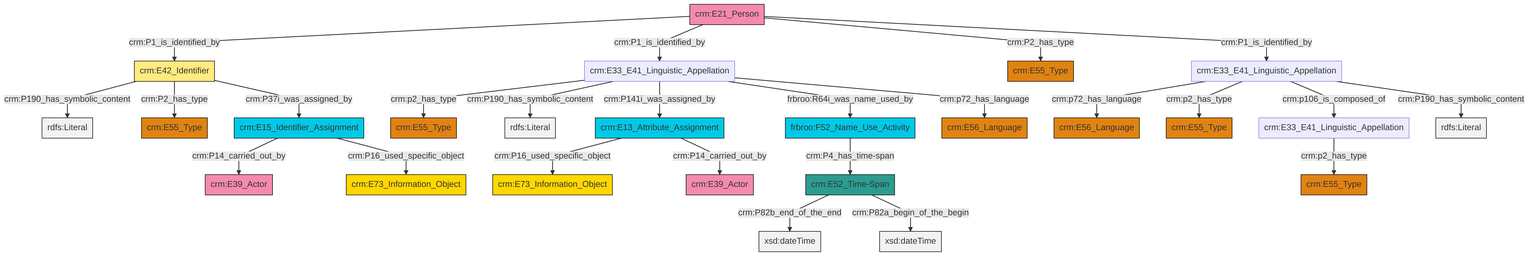
ncarboni/srdm keeps this Mermaid diagram as et/personCSV/ttl/mmd/png/Person_Names_and_Classification.png. Above is the earlier version. Its source is kept beside it as et/personCSV/ttl/mmd/Person_Names_and_Classification.ttl.mmd.
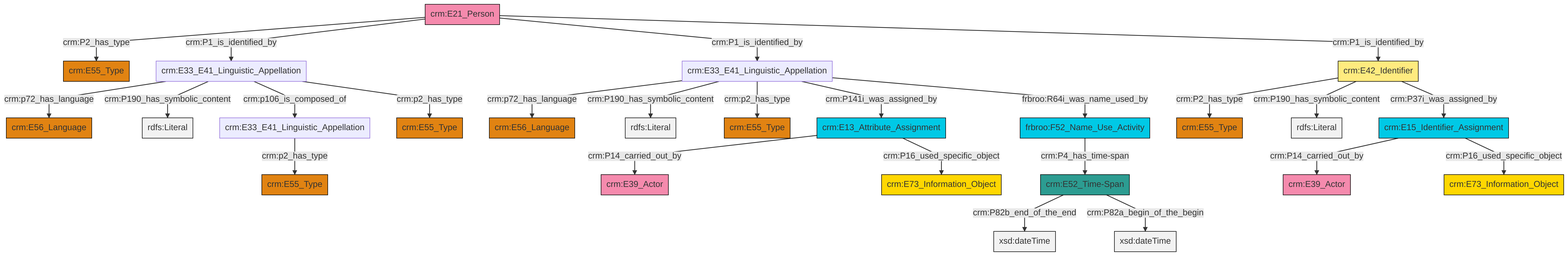
After the change.

The edit, as a diff of the source:
```diff
@@ -13,27 +13,27 @@
 classDef PC_Classes fill:#4ce600, stroke:#000000;
 classDef Multi fill:#cccccc,stroke:#000000;
 
-0["crm:E42_Identifier"]:::Appellation -->|crm:P190_has_symbolic_content| 1[rdfs:Literal]:::Literal
-2["crm:E33_E41_Linguistic_Appellation"]:::Default -->|crm:p2_has_type| 6["crm:E55_Type"]:::Type
-4["crm:E33_E41_Linguistic_Appellation"]:::Default -->|crm:p72_has_language| 9["crm:E56_Language"]:::Type
-15["crm:E52_Time-Span"]:::Time-Span -->|crm:P82b_end_of_the_end| 17[xsd:dateTime]:::Literal
-2["crm:E33_E41_Linguistic_Appellation"]:::Default -->|crm:P190_has_symbolic_content| 18[rdfs:Literal]:::Literal
-19["crm:E21_Person"]:::Actor -->|crm:P1_is_identified_by| 0["crm:E42_Identifier"]:::Appellation
-19["crm:E21_Person"]:::Actor -->|crm:P1_is_identified_by| 2["crm:E33_E41_Linguistic_Appellation"]:::Default
-21["crm:E15_Identifier_Assignment"]:::Temporal_Entity -->|crm:P14_carried_out_by| 10["crm:E39_Actor"]:::Actor
-22["crm:E13_Attribute_Assignment"]:::Temporal_Entity -->|crm:P16_used_specific_object| 13["crm:E73_Information_Object"]:::Conceptual_Object
-15["crm:E52_Time-Span"]:::Time-Span -->|crm:P82a_begin_of_the_begin| 24[xsd:dateTime]:::Literal
-26["frbroo:F52_Name_Use_Activity"]:::Temporal_Entity -->|crm:P4_has_time-span| 15["crm:E52_Time-Span"]:::Time-Span
-4["crm:E33_E41_Linguistic_Appellation"]:::Default -->|crm:p2_has_type| 7["crm:E55_Type"]:::Type
-4["crm:E33_E41_Linguistic_Appellation"]:::Default -->|crm:p106_is_composed_of| 29["crm:E33_E41_Linguistic_Appellation"]:::Default
-2["crm:E33_E41_Linguistic_Appellation"]:::Default -->|crm:P141i_was_assigned_by| 22["crm:E13_Attribute_Assignment"]:::Temporal_Entity
-0["crm:E42_Identifier"]:::Appellation -->|crm:P2_has_type| 30["crm:E55_Type"]:::Type
-22["crm:E13_Attribute_Assignment"]:::Temporal_Entity -->|crm:P14_carried_out_by| 27["crm:E39_Actor"]:::Actor
-2["crm:E33_E41_Linguistic_Appellation"]:::Default -->|frbroo:R64i_was_name_used_by| 26["frbroo:F52_Name_Use_Activity"]:::Temporal_Entity
-19["crm:E21_Person"]:::Actor -->|crm:P2_has_type| 31["crm:E55_Type"]:::Type
-2["crm:E33_E41_Linguistic_Appellation"]:::Default -->|crm:p72_has_language| 32["crm:E56_Language"]:::Type
-0["crm:E42_Identifier"]:::Appellation -->|crm:P37i_was_assigned_by| 21["crm:E15_Identifier_Assignment"]:::Temporal_Entity
-21["crm:E15_Identifier_Assignment"]:::Temporal_Entity -->|crm:P16_used_specific_object| 39["crm:E73_Information_Object"]:::Conceptual_Object
-29["crm:E33_E41_Linguistic_Appellation"]:::Default -->|crm:p2_has_type| 35["crm:E55_Type"]:::Type
-19["crm:E21_Person"]:::Actor -->|crm:P1_is_identified_by| 4["crm:E33_E41_Linguistic_Appellation"]:::Default
-4["crm:E33_E41_Linguistic_Appellation"]:::Default -->|crm:P190_has_symbolic_content| 43[rdfs:Literal]:::Literal
+0["crm:E15_Identifier_Assignment"]:::Temporal_Entity -->|crm:P14_carried_out_by| 1["crm:E39_Actor"]:::Actor
+2["crm:E21_Person"]:::Actor -->|crm:P2_has_type| 3["crm:E55_Type"]:::Type
+6["crm:E13_Attribute_Assignment"]:::Temporal_Entity -->|crm:P14_carried_out_by| 7["crm:E39_Actor"]:::Actor
+8["crm:E33_E41_Linguistic_Appellation"]:::Default -->|crm:p72_has_language| 13["crm:E56_Language"]:::Type
+15["crm:E33_E41_Linguistic_Appellation"]:::Default -->|crm:p72_has_language| 16["crm:E56_Language"]:::Type
+0["crm:E15_Identifier_Assignment"]:::Temporal_Entity -->|crm:P16_used_specific_object| 17["crm:E73_Information_Object"]:::Conceptual_Object
+18["crm:E52_Time-Span"]:::Time-Span -->|crm:P82b_end_of_the_end| 19[xsd:dateTime]:::Literal
+8["crm:E33_E41_Linguistic_Appellation"]:::Default -->|crm:P190_has_symbolic_content| 20[rdfs:Literal]:::Literal
+21["crm:E42_Identifier"]:::Appellation -->|crm:P2_has_type| 22["crm:E55_Type"]:::Type
+2["crm:E21_Person"]:::Actor -->|crm:P1_is_identified_by| 15["crm:E33_E41_Linguistic_Appellation"]:::Default
+21["crm:E42_Identifier"]:::Appellation -->|crm:P190_has_symbolic_content| 27[rdfs:Literal]:::Literal
+18["crm:E52_Time-Span"]:::Time-Span -->|crm:P82a_begin_of_the_begin| 28[xsd:dateTime]:::Literal
+15["crm:E33_E41_Linguistic_Appellation"]:::Default -->|crm:P190_has_symbolic_content| 30[rdfs:Literal]:::Literal
+33["crm:E33_E41_Linguistic_Appellation"]:::Default -->|crm:p2_has_type| 34["crm:E55_Type"]:::Type
+11["frbroo:F52_Name_Use_Activity"]:::Temporal_Entity -->|crm:P4_has_time-span| 18["crm:E52_Time-Span"]:::Time-Span
+21["crm:E42_Identifier"]:::Appellation -->|crm:P37i_was_assigned_by| 0["crm:E15_Identifier_Assignment"]:::Temporal_Entity
+8["crm:E33_E41_Linguistic_Appellation"]:::Default -->|crm:p2_has_type| 38["crm:E55_Type"]:::Type
+6["crm:E13_Attribute_Assignment"]:::Temporal_Entity -->|crm:P16_used_specific_object| 23["crm:E73_Information_Object"]:::Conceptual_Object
+8["crm:E33_E41_Linguistic_Appellation"]:::Default -->|crm:P141i_was_assigned_by| 6["crm:E13_Attribute_Assignment"]:::Temporal_Entity
+8["crm:E33_E41_Linguistic_Appellation"]:::Default -->|frbroo:R64i_was_name_used_by| 11["frbroo:F52_Name_Use_Activity"]:::Temporal_Entity
+2["crm:E21_Person"]:::Actor -->|crm:P1_is_identified_by| 8["crm:E33_E41_Linguistic_Appellation"]:::Default
+15["crm:E33_E41_Linguistic_Appellation"]:::Default -->|crm:p106_is_composed_of| 33["crm:E33_E41_Linguistic_Appellation"]:::Default
+2["crm:E21_Person"]:::Actor -->|crm:P1_is_identified_by| 21["crm:E42_Identifier"]:::Appellation
+15["crm:E33_E41_Linguistic_Appellation"]:::Default -->|crm:p2_has_type| 4["crm:E55_Type"]:::Type
```
